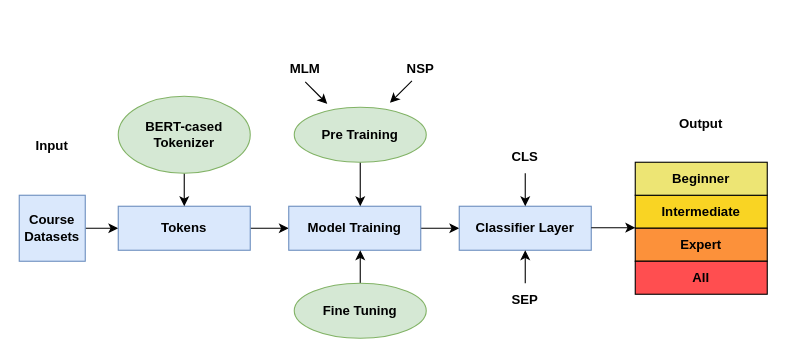
katehuangishere/BERT_flowchart keeps this draw.io diagram as BERT_flowchart.drawio. Above is the earlier version. Source tidied: cells renumbered, new cells numbered last; positions are measured from the earlier drawing's top-left corner, leaving out a move shared by most shapes. Both pictures are drawn from the tidied source at 110%, with x=0, y=0 at pixel (19, 52).
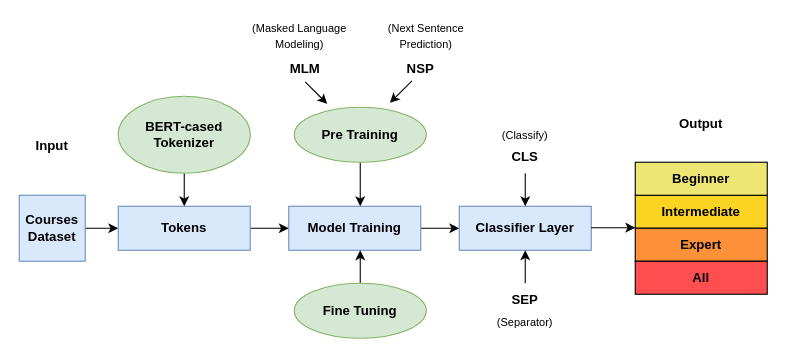
The same page after the edit.

Change to the diagram source:
```diff
@@
-    <mxCell id="3" value="&lt;b&gt;Course Datasets&lt;/b&gt;" style="whiteSpace=wrap;html=1;fillColor=#dae8fc;strokeColor=#6c8ebf;" parent="1" vertex="1">
+    <mxCell id="3" value="&lt;b&gt;Courses Dataset&lt;/b&gt;" style="whiteSpace=wrap;html=1;fillColor=#dae8fc;strokeColor=#6c8ebf;" parent="1" vertex="1">
       <mxGeometry y="130" width="60" height="60" as="geometry" />
     </mxCell>
@@
+    <mxCell id="30" value="&lt;font style=&quot;font-size: 10px;&quot;&gt;(Masked Language Modeling)&lt;/font&gt;" style="text;html=1;align=center;verticalAlign=middle;whiteSpace=wrap;rounded=0;" parent="1" vertex="1">
+      <mxGeometry x="195" y="-30" width="120" height="30" as="geometry" />
+    </mxCell>
+    <mxCell id="31" value="&lt;font style=&quot;font-size: 10px;&quot;&gt;(Next Sentence Prediction)&lt;/font&gt;" style="text;html=1;align=center;verticalAlign=middle;whiteSpace=wrap;rounded=0;" parent="1" vertex="1">
+      <mxGeometry x="320" y="-30" width="100" height="30" as="geometry" />
+    </mxCell>
+    <mxCell id="32" value="&lt;font style=&quot;font-size: 10px;&quot;&gt;(Classify)&lt;/font&gt;" style="text;html=1;align=center;verticalAlign=middle;whiteSpace=wrap;rounded=0;" parent="1" vertex="1">
+      <mxGeometry x="410" y="60" width="100" height="30" as="geometry" />
+    </mxCell>
+    <mxCell id="33" value="&lt;font style=&quot;font-size: 10px;&quot;&gt;(Separator)&lt;/font&gt;" style="text;html=1;align=center;verticalAlign=middle;whiteSpace=wrap;rounded=0;" parent="1" vertex="1">
+      <mxGeometry x="410" y="230" width="100" height="30" as="geometry" />
+    </mxCell>
```
